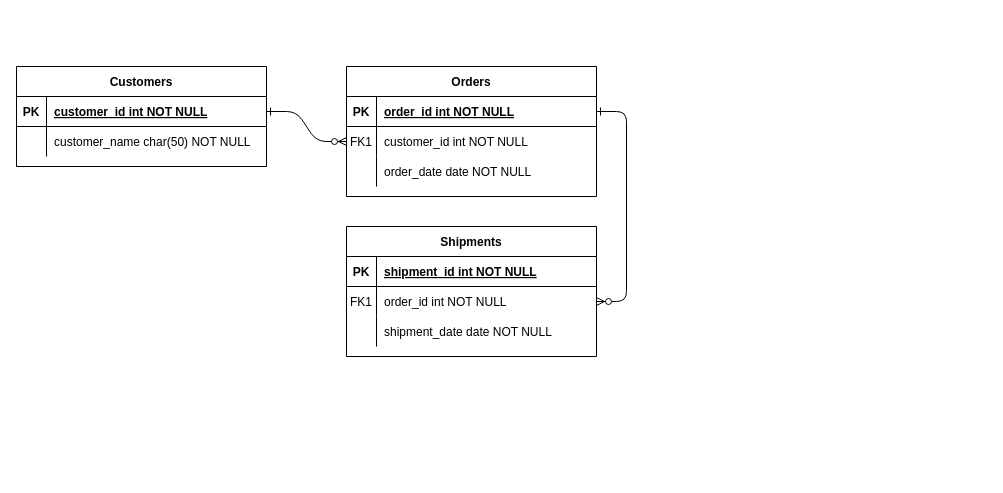
The draw.io diagram Untitled Diagram.drawio in ren-ben/Bens-Music-Bot, before the edit. Source tidied: cells renumbered, new cells numbered last; positions are measured from the earlier drawing's top-left corner, leaving out a move shared by most shapes. Both pictures are drawn from the tidied source at 100%, with x=0, y=0 at pixel (16, 66).
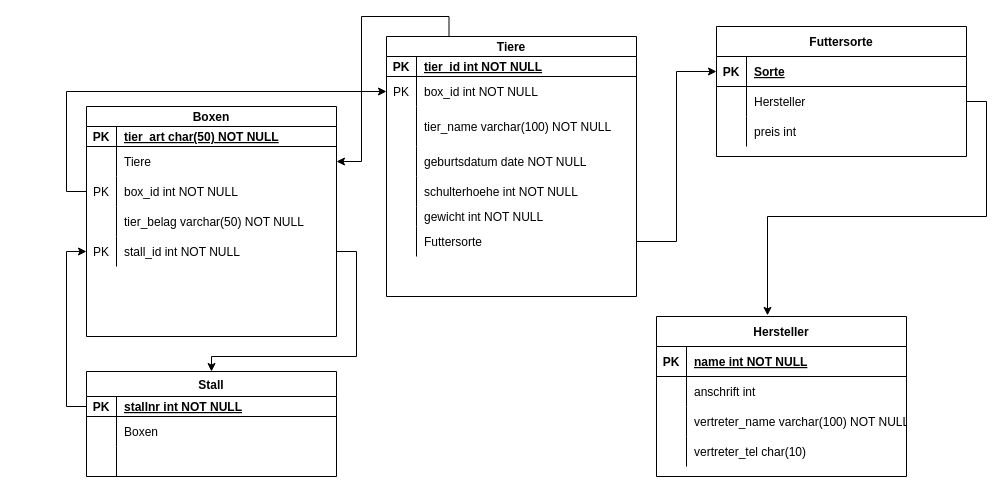
The same diagram, later.

Unchanged cells that the change refers to:
```xml
<mxCell id="5" style="shape=partialRectangle;fillColor=none;points=[[0,0.5],[1,0.5]];portConstraint=eastwest;top=0;left=0;right=0;bottom=1;" parent="4" vertex="1">
  <mxGeometry y="30" width="250" height="30" as="geometry" />
</mxCell>
<mxCell id="8" style="shape=partialRectangle;fillColor=none;points=[[0,0.5],[1,0.5]];portConstraint=eastwest;top=0;left=0;right=0;bottom=0;" parent="4" vertex="1">
  <mxGeometry y="60" width="250" height="30" as="geometry" />
</mxCell>
<mxCell id="11" style="shape=partialRectangle;fillColor=none;top=0;left=0;right=0;bottom=0;" parent="4" vertex="1">
  <mxGeometry y="90" width="250" height="30" as="geometry" />
</mxCell>
<mxCell id="15" style="shape=partialRectangle;fillColor=none;top=0;left=0;right=0;bottom=1;" parent="14" vertex="1">
  <mxGeometry y="30" width="250" height="30" as="geometry" />
</mxCell>
<mxCell id="18" style="shape=partialRectangle;fillColor=none;points=[[0,0.5],[1,0.5]];portConstraint=eastwest;top=0;left=0;right=0;bottom=0;" parent="14" vertex="1">
  <mxGeometry y="60" width="250" height="30" as="geometry" />
</mxCell>
<mxCell id="21" style="shape=partialRectangle;fillColor=none;top=0;left=0;right=0;bottom=0;" parent="14" vertex="1">
  <mxGeometry y="90" width="250" height="30" as="geometry" />
</mxCell>
```

What changed in the source:
```diff
@@
-    <mxCell id="2" style="edgeStyle=entityRelationEdgeStyle;endArrow=ERzeroToMany;startArrow=ERone;endFill=1;startFill=0;" parent="1" edge="1" source="25" target="8">
-      <mxGeometry relative="1" as="geometry" />
-    </mxCell>
-    <mxCell id="3" style="edgeStyle=entityRelationEdgeStyle;endArrow=ERzeroToMany;startArrow=ERone;endFill=1;startFill=0;" parent="1" edge="1" source="5" target="18">
-      <mxGeometry relative="1" as="geometry" />
-    </mxCell>
-    <mxCell id="4" value="Orders" style="shape=table;startSize=30;childLayout=tableLayout;rowLines=0;fontStyle=1;align=center;" parent="1" vertex="1">
-      <mxGeometry x="330" width="250" height="130" as="geometry" />
+    <mxCell id="4" value="Futtersorte" style="shape=table;startSize=30;childLayout=tableLayout;rowLines=0;fontStyle=1;align=center;" parent="1" vertex="1">
+      <mxGeometry x="700" y="-40" width="250" height="130" as="geometry" />
     </mxCell>
@@
-    <mxCell id="7" value="order_id int NOT NULL " style="shape=partialRectangle;overflow=hidden;fillColor=none;top=0;left=0;bottom=0;right=0;align=left;spacingLeft=6;fontStyle=5;" parent="5" vertex="1">
+    <mxCell id="7" value="Sorte" style="shape=partialRectangle;overflow=hidden;fillColor=none;top=0;left=0;bottom=0;right=0;align=left;spacingLeft=6;fontStyle=5;" parent="5" vertex="1">
       <mxGeometry x="30" width="220" height="30" as="geometry" />
     </mxCell>
@@
-    <mxCell id="9" value="FK1" style="shape=partialRectangle;overflow=hidden;fillColor=none;top=0;left=0;bottom=0;right=0;" parent="8" vertex="1">
+    <mxCell id="9" style="shape=partialRectangle;overflow=hidden;fillColor=none;top=0;left=0;bottom=0;right=0;" parent="8" vertex="1">
       <mxGeometry width="30" height="30" as="geometry" />
     </mxCell>
-    <mxCell id="10" value="customer_id int NOT NULL" style="shape=partialRectangle;overflow=hidden;fillColor=none;top=0;left=0;bottom=0;right=0;align=left;spacingLeft=6;" parent="8" vertex="1">
+    <mxCell id="10" value="Hersteller" style="shape=partialRectangle;overflow=hidden;fillColor=none;top=0;left=0;bottom=0;right=0;align=left;spacingLeft=6;" parent="8" vertex="1">
       <mxGeometry x="30" width="220" height="30" as="geometry" />
     </mxCell>
@@
-    <mxCell id="13" value="order_date date NOT NULL" style="shape=partialRectangle;overflow=hidden;fillColor=none;top=0;left=0;bottom=0;right=0;align=left;spacingLeft=6;" parent="11" vertex="1">
+    <mxCell id="13" value="preis int " style="shape=partialRectangle;overflow=hidden;fillColor=none;top=0;left=0;bottom=0;right=0;align=left;spacingLeft=6;" parent="11" vertex="1">
       <mxGeometry x="30" width="220" height="30" as="geometry" />
     </mxCell>
-    <mxCell id="14" value="Shipments" style="shape=table;startSize=30;childLayout=tableLayout;rowLines=0;fontStyle=1;align=center;" parent="1" vertex="1">
-      <mxGeometry x="330" y="160" width="250" height="130" as="geometry" />
+    <mxCell id="14" value="Hersteller" style="shape=table;startSize=30;childLayout=tableLayout;rowLines=0;fontStyle=1;align=center;" parent="1" vertex="1">
+      <mxGeometry x="640" y="250" width="250" height="160" as="geometry" />
     </mxCell>
@@
-    <mxCell id="17" value="shipment_id int NOT NULL " style="shape=partialRectangle;overflow=hidden;fillColor=none;top=0;left=0;bottom=0;right=0;align=left;spacingLeft=6;fontStyle=5;" parent="15" vertex="1">
+    <mxCell id="17" value="name int NOT NULL" style="shape=partialRectangle;overflow=hidden;fillColor=none;top=0;left=0;bottom=0;right=0;align=left;spacingLeft=6;fontStyle=5;" parent="15" vertex="1">
       <mxGeometry x="30" width="220" height="30" as="geometry" />
     </mxCell>
@@
-    <mxCell id="19" value="FK1" style="shape=partialRectangle;overflow=hidden;fillColor=none;top=0;left=0;bottom=0;right=0;" parent="18" vertex="1">
+    <mxCell id="19" style="shape=partialRectangle;overflow=hidden;fillColor=none;top=0;left=0;bottom=0;right=0;" parent="18" vertex="1">
       <mxGeometry width="30" height="30" as="geometry" />
     </mxCell>
-    <mxCell id="20" value="order_id int NOT NULL" style="shape=partialRectangle;overflow=hidden;fillColor=none;top=0;left=0;bottom=0;right=0;align=left;spacingLeft=6;" parent="18" vertex="1">
+    <mxCell id="20" value="anschrift int " style="shape=partialRectangle;overflow=hidden;fillColor=none;top=0;left=0;bottom=0;right=0;align=left;spacingLeft=6;" parent="18" vertex="1">
       <mxGeometry x="30" width="220" height="30" as="geometry" />
     </mxCell>
@@
-    <mxCell id="23" value="shipment_date date NOT NULL" style="shape=partialRectangle;overflow=hidden;fillColor=none;top=0;left=0;bottom=0;right=0;align=left;spacingLeft=6;" parent="21" vertex="1">
+    <mxCell id="23" value="vertreter_name varchar(100) NOT NULL" style="shape=partialRectangle;overflow=hidden;fillColor=none;top=0;left=0;bottom=0;right=0;align=left;spacingLeft=6;" parent="21" vertex="1">
       <mxGeometry x="30" width="220" height="30" as="geometry" />
     </mxCell>
+    <mxCell id="31" style="shape=tableRow;horizontal=0;startSize=0;swimlaneHead=0;swimlaneBody=0;fillColor=none;top=0;left=0;right=0;bottom=0;" parent="14" vertex="1">
+      <mxGeometry y="120" width="250" height="30" as="geometry" />
+    </mxCell>
+    <mxCell id="32" style="shape=partialRectangle;fillColor=none;top=0;left=0;bottom=0;right=0;overflow=hidden;" parent="31" vertex="1">
+      <mxGeometry width="30" height="30" as="geometry" />
+    </mxCell>
+    <mxCell id="33" value="vertreter_tel char(10)" style="shape=partialRectangle;fillColor=none;top=0;left=0;bottom=0;right=0;align=left;spacingLeft=6;overflow=hidden;" parent="31" vertex="1">
+      <mxGeometry x="30" width="220" height="30" as="geometry" />
+    </mxCell>
-    <mxCell id="24" value="Customers" style="shape=table;startSize=30;childLayout=tableLayout;rowLines=0;fontStyle=1;align=center;" parent="1" vertex="1">
-      <mxGeometry width="250" height="100" as="geometry" />
+    <mxCell id="24" value="Boxen" style="shape=table;startSize=20;childLayout=tableLayout;rowLines=0;fontStyle=1;align=center;" parent="1" vertex="1">
+      <mxGeometry x="70" y="40" width="250" height="230" as="geometry" />
     </mxCell>
     <mxCell id="25" style="shape=partialRectangle;fillColor=none;points=[[0,0.5],[1,0.5]];portConstraint=eastwest;top=0;left=0;right=0;bottom=1;" parent="24" vertex="1">
-      <mxGeometry y="30" width="250" height="30" as="geometry" />
+      <mxGeometry y="20" width="250" height="20" as="geometry" />
     </mxCell>
     <mxCell id="26" value="PK" style="shape=partialRectangle;overflow=hidden;fillColor=none;top=0;left=0;bottom=0;right=0;fontStyle=1;" parent="25" vertex="1">
-      <mxGeometry width="30" height="30" as="geometry" />
+      <mxGeometry width="30" height="20" as="geometry" />
     </mxCell>
-    <mxCell id="27" value="customer_id int NOT NULL " style="shape=partialRectangle;overflow=hidden;fillColor=none;top=0;left=0;bottom=0;right=0;align=left;spacingLeft=6;fontStyle=5;" parent="25" vertex="1">
-      <mxGeometry x="30" width="220" height="30" as="geometry" />
+    <mxCell id="27" value="tier_art char(50) NOT NULL" style="shape=partialRectangle;overflow=hidden;fillColor=none;top=0;left=0;bottom=0;right=0;align=left;spacingLeft=6;fontStyle=5;" parent="25" vertex="1">
+      <mxGeometry x="30" width="220" height="20" as="geometry" />
     </mxCell>
     <mxCell id="28" style="shape=partialRectangle;fillColor=none;points=[[0,0.5],[1,0.5]];portConstraint=eastwest;top=0;left=0;right=0;bottom=0;" parent="24" vertex="1">
-      <mxGeometry y="60" width="250" height="30" as="geometry" />
+      <mxGeometry y="40" width="250" height="30" as="geometry" />
     </mxCell>
@@
-    <mxCell id="30" value="customer_name char(50) NOT NULL" style="shape=partialRectangle;overflow=hidden;fillColor=none;top=0;left=0;bottom=0;right=0;align=left;spacingLeft=6;" parent="28" vertex="1">
+    <mxCell id="30" value="Tiere" style="shape=partialRectangle;overflow=hidden;fillColor=none;top=0;left=0;bottom=0;right=0;align=left;spacingLeft=6;" parent="28" vertex="1">
       <mxGeometry x="30" width="220" height="30" as="geometry" />
     </mxCell>
+    <mxCell id="34" style="shape=tableRow;horizontal=0;startSize=0;swimlaneHead=0;swimlaneBody=0;fillColor=none;points=[[0,0.5],[1,0.5]];portConstraint=eastwest;top=0;left=0;right=0;bottom=0;" parent="24" vertex="1">
+      <mxGeometry y="70" width="250" height="30" as="geometry" />
+    </mxCell>
+    <mxCell id="35" value="PK" style="shape=partialRectangle;fillColor=none;top=0;left=0;bottom=0;right=0;overflow=hidden;" parent="34" vertex="1">
+      <mxGeometry width="30" height="30" as="geometry" />
+    </mxCell>
+    <mxCell id="36" value="box_id int NOT NULL" style="shape=partialRectangle;fillColor=none;top=0;left=0;bottom=0;right=0;align=left;spacingLeft=6;overflow=hidden;" parent="34" vertex="1">
+      <mxGeometry x="30" width="220" height="30" as="geometry" />
+    </mxCell>
+    <mxCell id="37" style="shape=tableRow;horizontal=0;startSize=0;swimlaneHead=0;swimlaneBody=0;fillColor=none;top=0;left=0;right=0;bottom=0;" parent="24" vertex="1">
+      <mxGeometry y="100" width="250" height="30" as="geometry" />
+    </mxCell>
+    <mxCell id="38" style="shape=partialRectangle;fillColor=none;top=0;left=0;bottom=0;right=0;overflow=hidden;" parent="37" vertex="1">
+      <mxGeometry width="30" height="30" as="geometry" />
+    </mxCell>
+    <mxCell id="39" value="tier_belag varchar(50) NOT NULL" style="shape=partialRectangle;fillColor=none;top=0;left=0;bottom=0;right=0;align=left;spacingLeft=6;overflow=hidden;" parent="37" vertex="1">
+      <mxGeometry x="30" width="220" height="30" as="geometry" />
+    </mxCell>
+    <mxCell id="40" style="shape=tableRow;horizontal=0;startSize=0;swimlaneHead=0;swimlaneBody=0;fillColor=none;points=[[0,0.5],[1,0.5]];portConstraint=eastwest;top=0;left=0;right=0;bottom=0;" parent="24" vertex="1">
+      <mxGeometry y="130" width="250" height="30" as="geometry" />
+    </mxCell>
+    <mxCell id="41" value="PK" style="shape=partialRectangle;fillColor=none;top=0;left=0;bottom=0;right=0;overflow=hidden;" parent="40" vertex="1">
+      <mxGeometry width="30" height="30" as="geometry" />
+    </mxCell>
+    <mxCell id="42" value="stall_id int NOT NULL" style="shape=partialRectangle;fillColor=none;top=0;left=0;bottom=0;right=0;align=left;spacingLeft=6;overflow=hidden;" parent="40" vertex="1">
+      <mxGeometry x="30" width="220" height="30" as="geometry" />
+    </mxCell>
+    <mxCell id="43" style="edgeStyle=orthogonalEdgeStyle;rounded=0;jettySize=auto;html=1;exitX=0.25;exitY=0;exitDx=0;exitDy=0;" parent="1" edge="1" source="44" target="28">
+      <mxGeometry relative="1" as="geometry" />
+    </mxCell>
+    <mxCell id="44" value="Tiere" style="shape=table;startSize=20;childLayout=tableLayout;rowLines=0;fontStyle=1;align=center;" parent="1" vertex="1">
+      <mxGeometry x="370" y="-30" width="250" height="260" as="geometry" />
+    </mxCell>
+    <mxCell id="45" style="shape=partialRectangle;fillColor=none;top=0;left=0;right=0;bottom=1;" parent="44" vertex="1">
+      <mxGeometry y="20" width="250" height="20" as="geometry" />
+    </mxCell>
+    <mxCell id="46" value="PK" style="shape=partialRectangle;overflow=hidden;fillColor=none;top=0;left=0;bottom=0;right=0;fontStyle=1;" parent="45" vertex="1">
+      <mxGeometry width="30" height="20" as="geometry" />
+    </mxCell>
+    <mxCell id="47" value="tier_id int NOT NULL " style="shape=partialRectangle;overflow=hidden;fillColor=none;top=0;left=0;bottom=0;right=0;align=left;spacingLeft=6;fontStyle=5;" parent="45" vertex="1">
+      <mxGeometry x="30" width="220" height="20" as="geometry" />
+    </mxCell>
+    <mxCell id="48" style="shape=tableRow;horizontal=0;startSize=0;swimlaneHead=0;swimlaneBody=0;fillColor=none;points=[[0,0.5],[1,0.5]];portConstraint=eastwest;top=0;left=0;right=0;bottom=0;" parent="44" vertex="1">
+      <mxGeometry y="40" width="250" height="30" as="geometry" />
+    </mxCell>
+    <mxCell id="49" value="PK" style="shape=partialRectangle;fillColor=none;top=0;left=0;bottom=0;right=0;overflow=hidden;" parent="48" vertex="1">
+      <mxGeometry width="30" height="30" as="geometry" />
+    </mxCell>
+    <mxCell id="50" value="box_id int NOT NULL" style="shape=partialRectangle;fillColor=none;top=0;left=0;bottom=0;right=0;align=left;spacingLeft=6;overflow=hidden;" parent="48" vertex="1">
+      <mxGeometry x="30" width="220" height="30" as="geometry" />
+    </mxCell>
+    <mxCell id="51" style="shape=partialRectangle;fillColor=none;top=0;left=0;right=0;bottom=0;" parent="44" vertex="1">
+      <mxGeometry y="70" width="250" height="40" as="geometry" />
+    </mxCell>
+    <mxCell id="52" style="shape=partialRectangle;overflow=hidden;fillColor=none;top=0;left=0;bottom=0;right=0;" parent="51" vertex="1">
+      <mxGeometry width="30" height="40" as="geometry" />
+    </mxCell>
+    <mxCell id="53" value="tier_name varchar(100) NOT NULL" style="shape=partialRectangle;overflow=hidden;fillColor=none;top=0;left=0;bottom=0;right=0;align=left;spacingLeft=6;" parent="51" vertex="1">
+      <mxGeometry x="30" width="220" height="40" as="geometry" />
+    </mxCell>
+    <mxCell id="54" style="shape=tableRow;horizontal=0;startSize=0;swimlaneHead=0;swimlaneBody=0;fillColor=none;top=0;left=0;right=0;bottom=0;" parent="44" vertex="1">
+      <mxGeometry y="110" width="250" height="30" as="geometry" />
+    </mxCell>
+    <mxCell id="55" style="shape=partialRectangle;fillColor=none;top=0;left=0;bottom=0;right=0;overflow=hidden;" parent="54" vertex="1">
+      <mxGeometry width="30" height="30" as="geometry" />
+    </mxCell>
+    <mxCell id="56" value="geburtsdatum date NOT NULL" style="shape=partialRectangle;fillColor=none;top=0;left=0;bottom=0;right=0;align=left;spacingLeft=6;overflow=hidden;" parent="54" vertex="1">
+      <mxGeometry x="30" width="220" height="30" as="geometry" />
+    </mxCell>
+    <mxCell id="57" style="shape=tableRow;horizontal=0;startSize=0;swimlaneHead=0;swimlaneBody=0;fillColor=none;top=0;left=0;right=0;bottom=0;" parent="44" vertex="1">
+      <mxGeometry y="140" width="250" height="30" as="geometry" />
+    </mxCell>
+    <mxCell id="58" style="shape=partialRectangle;fillColor=none;top=0;left=0;bottom=0;right=0;overflow=hidden;" parent="57" vertex="1">
+      <mxGeometry width="30" height="30" as="geometry" />
+    </mxCell>
+    <mxCell id="59" value="schulterhoehe int NOT NULL" style="shape=partialRectangle;fillColor=none;top=0;left=0;bottom=0;right=0;align=left;spacingLeft=6;overflow=hidden;" parent="57" vertex="1">
+      <mxGeometry x="30" width="220" height="30" as="geometry" />
+    </mxCell>
+    <mxCell id="60" style="shape=tableRow;horizontal=0;startSize=0;swimlaneHead=0;swimlaneBody=0;fillColor=none;top=0;left=0;right=0;bottom=0;" parent="44" vertex="1">
+      <mxGeometry y="170" width="250" height="20" as="geometry" />
+    </mxCell>
+    <mxCell id="61" style="shape=partialRectangle;fillColor=none;top=0;left=0;bottom=0;right=0;overflow=hidden;" parent="60" vertex="1">
+      <mxGeometry width="30" height="20" as="geometry" />
+    </mxCell>
+    <mxCell id="62" value="gewicht int NOT NULL" style="shape=partialRectangle;fillColor=none;top=0;left=0;bottom=0;right=0;align=left;spacingLeft=6;overflow=hidden;" parent="60" vertex="1">
+      <mxGeometry x="30" width="220" height="20" as="geometry" />
+    </mxCell>
+    <mxCell id="63" style="shape=tableRow;horizontal=0;startSize=0;swimlaneHead=0;swimlaneBody=0;fillColor=none;points=[[0,0.5],[1,0.5]];portConstraint=eastwest;top=0;left=0;right=0;bottom=0;" parent="44" vertex="1">
+      <mxGeometry y="190" width="250" height="30" as="geometry" />
+    </mxCell>
+    <mxCell id="64" style="shape=partialRectangle;fillColor=none;top=0;left=0;bottom=0;right=0;overflow=hidden;" parent="63" vertex="1">
+      <mxGeometry width="30" height="30" as="geometry" />
+    </mxCell>
+    <mxCell id="65" value="Futtersorte" style="shape=partialRectangle;fillColor=none;top=0;left=0;bottom=0;right=0;align=left;spacingLeft=6;overflow=hidden;" parent="63" vertex="1">
+      <mxGeometry x="30" width="220" height="30" as="geometry" />
+    </mxCell>
+    <mxCell id="66" style="edgeStyle=orthogonalEdgeStyle;rounded=0;jettySize=auto;html=1;exitX=1;exitY=0.5;exitDx=0;exitDy=0;" parent="1" edge="1" source="63" target="5">
+      <mxGeometry relative="1" as="geometry" />
+    </mxCell>
+    <mxCell id="67" style="edgeStyle=orthogonalEdgeStyle;rounded=0;jettySize=auto;html=1;exitX=1;exitY=0.5;exitDx=0;exitDy=0;entryX=0.444;entryY=-0.007;entryDx=0;entryDy=0;entryPerimeter=0;" parent="1" edge="1" source="8" target="14">
+      <mxGeometry relative="1" as="geometry" />
+    </mxCell>
+    <mxCell id="68" value="Stall" style="shape=table;startSize=25;childLayout=tableLayout;rowLines=0;fontStyle=1;align=center;" parent="1" vertex="1">
+      <mxGeometry x="70" y="305" width="250" height="105" as="geometry" />
+    </mxCell>
+    <mxCell id="69" style="shape=partialRectangle;fillColor=none;points=[[0,0.5],[1,0.5]];portConstraint=eastwest;top=0;left=0;right=0;bottom=1;" parent="68" vertex="1">
+      <mxGeometry y="25" width="250" height="20" as="geometry" />
+    </mxCell>
+    <mxCell id="70" value="PK" style="shape=partialRectangle;overflow=hidden;fillColor=none;top=0;left=0;bottom=0;right=0;fontStyle=1;" parent="69" vertex="1">
+      <mxGeometry width="30" height="20" as="geometry" />
+    </mxCell>
+    <mxCell id="71" value="stallnr int NOT NULL" style="shape=partialRectangle;overflow=hidden;fillColor=none;top=0;left=0;bottom=0;right=0;align=left;spacingLeft=6;fontStyle=5;" parent="69" vertex="1">
+      <mxGeometry x="30" width="220" height="20" as="geometry" />
+    </mxCell>
+    <mxCell id="72" style="shape=tableRow;horizontal=0;startSize=0;swimlaneHead=0;swimlaneBody=0;fillColor=none;top=0;left=0;right=0;bottom=0;" parent="68" vertex="1">
+      <mxGeometry y="45" width="250" height="30" as="geometry" />
+    </mxCell>
+    <mxCell id="73" style="shape=partialRectangle;fillColor=none;top=0;left=0;bottom=0;right=0;overflow=hidden;" parent="72" vertex="1">
+      <mxGeometry width="30" height="30" as="geometry" />
+    </mxCell>
+    <mxCell id="74" value="Boxen" style="shape=partialRectangle;fillColor=none;top=0;left=0;bottom=0;right=0;align=left;spacingLeft=6;overflow=hidden;" parent="72" vertex="1">
+      <mxGeometry x="30" width="220" height="30" as="geometry" />
+    </mxCell>
+    <mxCell id="75" style="shape=tableRow;horizontal=0;startSize=0;swimlaneHead=0;swimlaneBody=0;fillColor=none;top=0;left=0;right=0;bottom=0;" parent="68" vertex="1">
+      <mxGeometry y="75" width="250" height="30" as="geometry" />
+    </mxCell>
+    <mxCell id="76" style="shape=partialRectangle;fillColor=none;top=0;left=0;bottom=0;right=0;overflow=hidden;" parent="75" vertex="1">
+      <mxGeometry width="30" height="30" as="geometry" />
+    </mxCell>
+    <mxCell id="77" style="shape=partialRectangle;fillColor=none;top=0;left=0;bottom=0;right=0;align=left;spacingLeft=6;overflow=hidden;" parent="75" vertex="1">
+      <mxGeometry x="30" width="220" height="30" as="geometry" />
+    </mxCell>
+    <mxCell id="78" style="edgeStyle=orthogonalEdgeStyle;rounded=0;jettySize=auto;html=1;exitX=1;exitY=0.5;exitDx=0;exitDy=0;" parent="1" edge="1" source="40" target="68">
+      <mxGeometry relative="1" as="geometry">
+        <Array as="points">
+          <mxPoint x="340" y="185" />
+          <mxPoint x="340" y="290" />
+          <mxPoint x="195" y="290" />
+        </Array>
+      </mxGeometry>
+    </mxCell>
+    <mxCell id="79" style="edgeStyle=orthogonalEdgeStyle;rounded=0;jettySize=auto;html=1;exitX=0;exitY=0.5;exitDx=0;exitDy=0;entryX=0;entryY=0.5;entryDx=0;entryDy=0;" parent="1" edge="1" source="34" target="48">
+      <mxGeometry relative="1" as="geometry" />
+    </mxCell>
+    <mxCell id="80" style="edgeStyle=orthogonalEdgeStyle;rounded=0;jettySize=auto;html=1;entryX=0;entryY=0.5;entryDx=0;entryDy=0;" parent="1" edge="1" source="69" target="40">
+      <mxGeometry relative="1" as="geometry" />
+    </mxCell>
```
